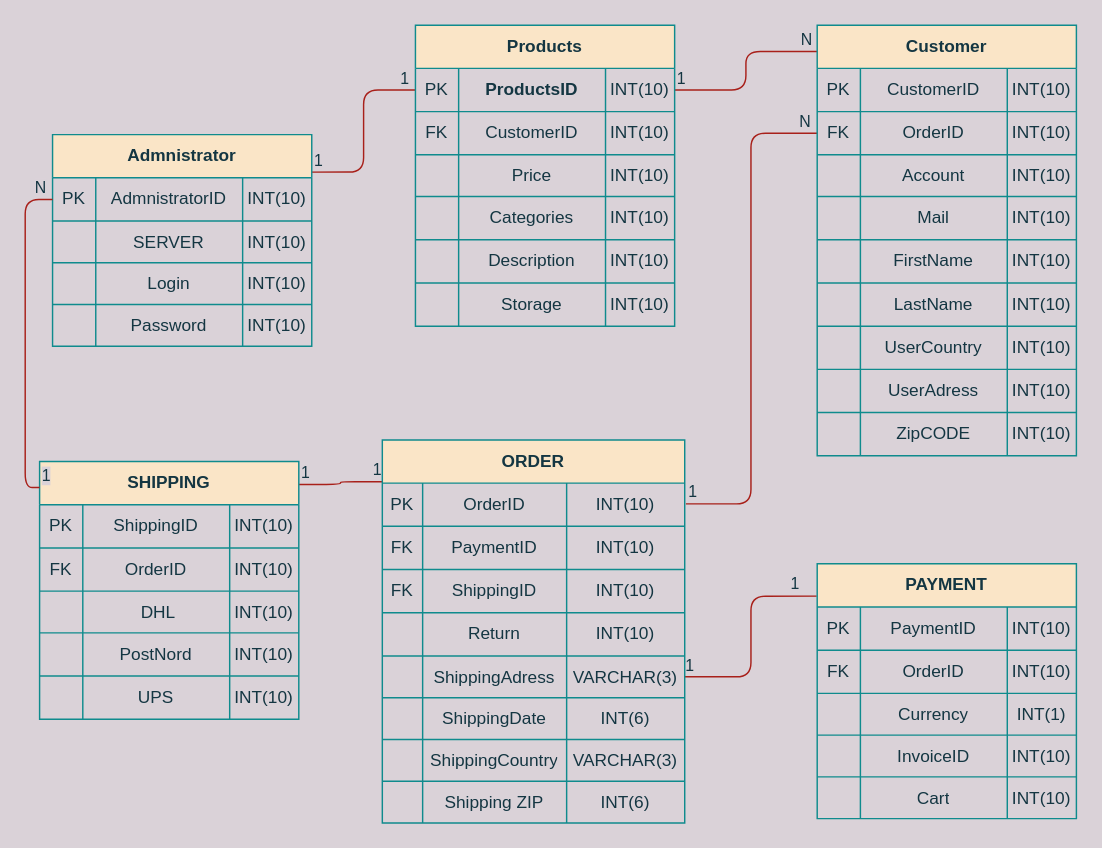
Earlier version of the draw.io diagram page "Page-1" (1 of 2) of Namnlöst diagram.drawio (TechWithRyan/Webbshop). Source tidied: cells renumbered, new cells numbered last; positions are measured from the earlier drawing's top-left corner, leaving out a move shared by most shapes. Both pictures are drawn from the tidied source at 144%, with x=0, y=0 at pixel (39, 24).
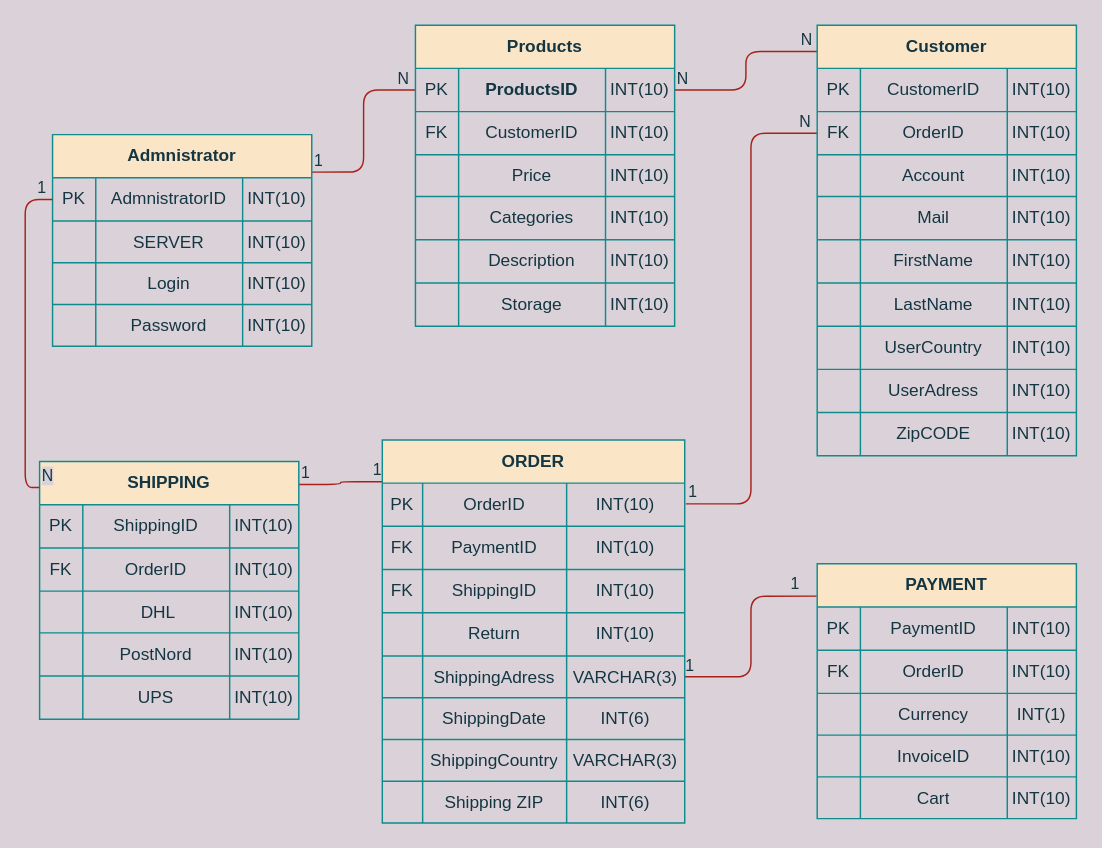
The same page after the edit.

The change refers to these unchanged cells:
```xml
<mxCell id="11" style="endArrow=none;html=1;edgeStyle=orthogonalEdgeStyle;entryX=0.004;entryY=0.061;entryDx=0;entryDy=0;exitX=1;exitY=0.5;exitDx=0;exitDy=0;entryPerimeter=0;strokeColor=#A8201A;fontColor=#143642;labelBackgroundColor=#DAD2D8;" parent="1" edge="1" source="18" target="59">
  <mxGeometry relative="1" as="geometry" />
</mxCell>
<mxCell id="14" style="endArrow=none;html=1;edgeStyle=orthogonalEdgeStyle;exitX=0.999;exitY=0.177;exitDx=0;exitDy=0;entryX=0;entryY=0.5;entryDx=0;entryDy=0;exitPerimeter=0;strokeColor=#A8201A;fontColor=#143642;labelBackgroundColor=#DAD2D8;" parent="1" edge="1" source="42" target="18">
  <mxGeometry relative="1" as="geometry" />
</mxCell>
<mxCell id="171" style="endArrow=none;html=1;edgeStyle=orthogonalEdgeStyle;entryX=0;entryY=0.5;entryDx=0;entryDy=0;exitX=0;exitY=0.101;exitDx=0;exitDy=0;exitPerimeter=0;strokeColor=#A8201A;fontColor=#143642;labelBackgroundColor=#DAD2D8;" parent="1" edge="1" source="96" target="43">
  <mxGeometry relative="1" as="geometry" />
</mxCell>
```

What changed in the source:
```diff
@@
-    <mxCell id="12" value="1" style="edgeLabel;html=1;align=left;verticalAlign=bottom;fontColor=#143642;labelBackgroundColor=#DAD2D8;" parent="11" vertex="1">
+    <mxCell id="12" value="N" style="edgeLabel;html=1;align=left;verticalAlign=bottom;fontColor=#143642;labelBackgroundColor=#DAD2D8;" parent="11" vertex="1">
       <mxGeometry x="-1" relative="1" as="geometry" />
     </mxCell>
@@
-    <mxCell id="16" value="1" style="edgeLabel;html=1;align=right;verticalAlign=bottom;fontColor=#143642;labelBackgroundColor=#DAD2D8;" parent="14" vertex="1">
+    <mxCell id="16" value="N" style="edgeLabel;html=1;align=right;verticalAlign=bottom;fontColor=#143642;labelBackgroundColor=#DAD2D8;" parent="14" vertex="1">
       <mxGeometry x="1" relative="1" as="geometry">
         <mxPoint x="-4" as="offset" />
       </mxGeometry>
     </mxCell>
@@
-    <mxCell id="172" value="1" style="edgeLabel;html=1;align=left;verticalAlign=bottom;fontColor=#143642;labelBackgroundColor=#DAD2D8;" parent="171" vertex="1">
+    <mxCell id="172" value="N" style="edgeLabel;html=1;align=left;verticalAlign=bottom;fontColor=#143642;labelBackgroundColor=#DAD2D8;" parent="171" vertex="1">
       <mxGeometry x="-1" relative="1" as="geometry" />
     </mxCell>
-    <mxCell id="173" value="N" style="edgeLabel;html=1;align=right;verticalAlign=bottom;fontColor=#143642;labelBackgroundColor=#DAD2D8;" parent="171" vertex="1">
+    <mxCell id="173" value="1" style="edgeLabel;html=1;align=right;verticalAlign=bottom;fontColor=#143642;labelBackgroundColor=#DAD2D8;" parent="171" vertex="1">
       <mxGeometry x="1" relative="1" as="geometry">
         <mxPoint x="-4" as="offset" />
       </mxGeometry>
     </mxCell>
```
